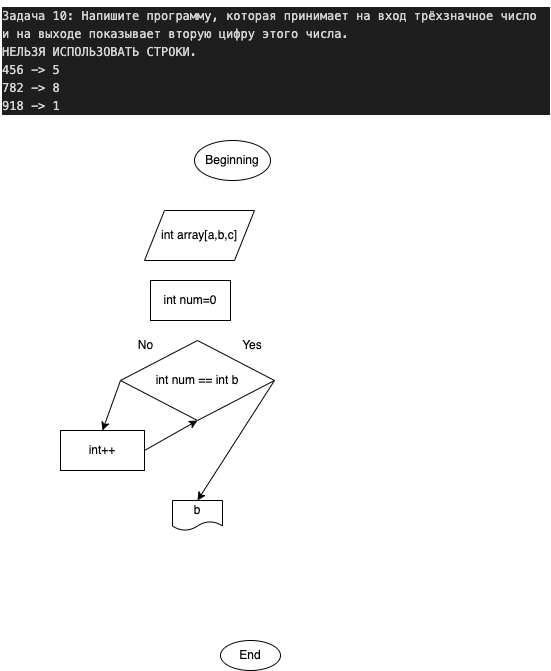
This is Ex_13/diagram.drawio.png from MarkMedved/HomeWorkSharp, a draw.io export, as it was before one commit. Source tidied: cells renumbered, new cells last; positions are measured from the earlier drawing's top-left corner, leaving out a move shared by most shapes.
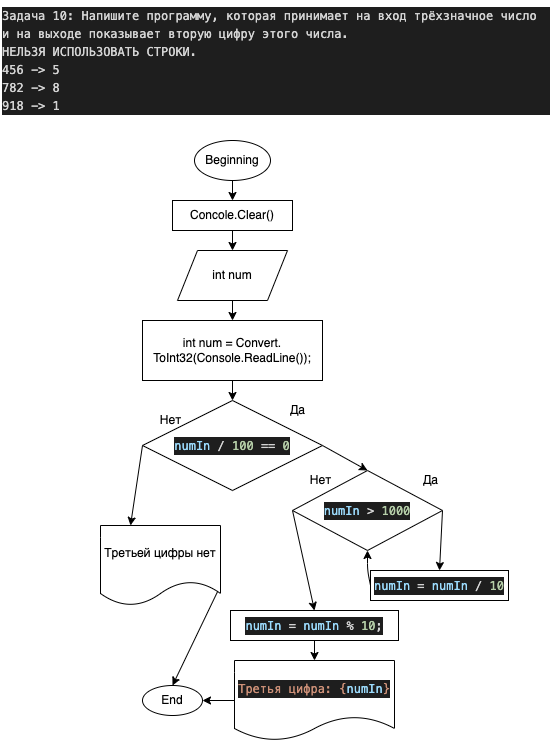
The same file after the commit.

Diff of the diagram source:
```diff
@@ -5,41 +5,92 @@
     <mxCell id="2" value="&lt;meta charset=&quot;utf-8&quot;&gt;&lt;div style=&quot;color: rgb(212, 212, 212); background-color: rgb(30, 30, 30); font-family: menlo, monaco, &amp;quot;courier new&amp;quot;, monospace; font-weight: normal; font-size: 12px; line-height: 18px;&quot;&gt;&lt;div&gt;&lt;span style=&quot;color: #d4d4d4&quot;&gt;Задача 10: Напишите программу, которая принимает на вход трёхзначное число и на выходе показывает вторую цифру этого числа.&lt;/span&gt;&lt;/div&gt;&lt;div&gt;&lt;span style=&quot;color: #d4d4d4&quot;&gt;НЕЛЬЗЯ ИСПОЛЬЗОВАТЬ СТРОКИ.&lt;/span&gt;&lt;/div&gt;&lt;div&gt;&lt;span style=&quot;color: #d4d4d4&quot;&gt;456 -&amp;gt; 5&lt;/span&gt;&lt;/div&gt;&lt;div&gt;&lt;span style=&quot;color: #d4d4d4&quot;&gt;782 -&amp;gt; 8&lt;/span&gt;&lt;/div&gt;&lt;div&gt;&lt;span style=&quot;color: #d4d4d4&quot;&gt;918 -&amp;gt; 1&lt;/span&gt;&lt;/div&gt;&lt;/div&gt;" style="text;whiteSpace=wrap;html=1;" parent="1" vertex="1">
       <mxGeometry width="550" height="120" as="geometry" />
     </mxCell>
+    <mxCell id="14" style="edgeStyle=none;html=1;exitX=0.5;exitY=1;exitDx=0;exitDy=0;entryX=0.5;entryY=0;entryDx=0;entryDy=0;" parent="1" edge="1" source="3" target="18">
+      <mxGeometry relative="1" as="geometry" />
+    </mxCell>
     <mxCell id="3" value="Beginning" style="ellipse;whiteSpace=wrap;html=1;" parent="1" vertex="1">
       <mxGeometry x="194" y="140" width="76" height="40" as="geometry" />
     </mxCell>
     <mxCell id="4" value="End" style="ellipse;whiteSpace=wrap;html=1;" parent="1" vertex="1">
-      <mxGeometry x="220" y="640" width="60" height="30" as="geometry" />
+      <mxGeometry x="142" y="685" width="60" height="30" as="geometry" />
     </mxCell>
-    <mxCell id="5" value="b" style="shape=document;whiteSpace=wrap;html=1;boundedLbl=1;" parent="1" vertex="1">
-      <mxGeometry x="172" y="500" width="50" height="30" as="geometry" />
-    </mxCell>
-    <mxCell id="6" value="int array[a,b,c]" style="shape=parallelogram;perimeter=parallelogramPerimeter;whiteSpace=wrap;html=1;fixedSize=1;" parent="1" vertex="1">
-      <mxGeometry x="144" y="210" width="110" height="50" as="geometry" />
-    </mxCell>
-    <mxCell id="7" style="edgeStyle=none;html=1;exitX=1;exitY=0.5;exitDx=0;exitDy=0;entryX=0.5;entryY=0;entryDx=0;entryDy=0;" parent="1" edge="1" source="9" target="5">
-      <mxGeometry relative="1" as="geometry" />
-    </mxCell>
-    <mxCell id="8" style="edgeStyle=none;html=1;exitX=0;exitY=0.5;exitDx=0;exitDy=0;entryX=0.5;entryY=0;entryDx=0;entryDy=0;" parent="1" edge="1" source="9" target="11">
-      <mxGeometry relative="1" as="geometry" />
-    </mxCell>
-    <mxCell id="9" value="int num == int b" style="rhombus;whiteSpace=wrap;html=1;" parent="1" vertex="1">
-      <mxGeometry x="120" y="340" width="154" height="80" as="geometry" />
-    </mxCell>
-    <mxCell id="10" style="edgeStyle=none;html=1;exitX=1;exitY=0.5;exitDx=0;exitDy=0;entryX=0.5;entryY=1;entryDx=0;entryDy=0;" parent="1" edge="1" source="11" target="9">
-      <mxGeometry relative="1" as="geometry" />
-    </mxCell>
-    <mxCell id="11" value="int++" style="rounded=0;whiteSpace=wrap;html=1;" parent="1" vertex="1">
-      <mxGeometry x="60" y="430" width="84" height="40" as="geometry" />
-    </mxCell>
-    <mxCell id="12" value="Yes" style="text;html=1;strokeColor=none;fillColor=none;align=center;verticalAlign=middle;whiteSpace=wrap;rounded=0;" parent="1" vertex="1">
-      <mxGeometry x="222" y="330" width="60" height="30" as="geometry" />
-    </mxCell>
-    <mxCell id="13" value="No" style="text;html=1;align=center;verticalAlign=middle;strokeColor=none;fillColor=none;" parent="1" vertex="1">
-      <mxGeometry x="130" y="335" width="30" height="20" as="geometry" />
-    </mxCell>
-    <mxCell id="14" value="int num=0" style="rounded=0;whiteSpace=wrap;html=1;" parent="1" vertex="1">
-      <mxGeometry x="150" y="280" width="80" height="40" as="geometry" />
-    </mxCell>
+    <mxCell id="15" style="edgeStyle=none;html=1;exitX=0.5;exitY=1;exitDx=0;exitDy=0;entryX=0.5;entryY=0;entryDx=0;entryDy=0;" parent="1" edge="1" source="16" target="20">
+      <mxGeometry relative="1" as="geometry" />
+    </mxCell>
+    <mxCell id="16" value="int num" style="shape=parallelogram;perimeter=parallelogramPerimeter;whiteSpace=wrap;html=1;fixedSize=1;" parent="1" vertex="1">
+      <mxGeometry x="177" y="250" width="110" height="50" as="geometry" />
+    </mxCell>
+    <mxCell id="17" style="edgeStyle=none;html=1;exitX=0.5;exitY=1;exitDx=0;exitDy=0;" parent="1" edge="1" source="18">
+      <mxGeometry relative="1" as="geometry">
+        <mxPoint x="232" y="250" as="targetPoint" />
+      </mxGeometry>
+    </mxCell>
+    <mxCell id="18" value="Concole.Clear()" style="rounded=0;whiteSpace=wrap;html=1;" parent="1" vertex="1">
+      <mxGeometry x="172" y="200" width="120" height="30" as="geometry" />
+    </mxCell>
+    <mxCell id="19" style="edgeStyle=none;html=1;exitX=0.5;exitY=1;exitDx=0;exitDy=0;entryX=0.5;entryY=0;entryDx=0;entryDy=0;" parent="1" edge="1" source="20" target="29">
+      <mxGeometry relative="1" as="geometry" />
+    </mxCell>
+    <mxCell id="20" value="int num = Convert. ToInt32(Console.ReadLine());" style="rounded=0;whiteSpace=wrap;html=1;" parent="1" vertex="1">
+      <mxGeometry x="142" y="320" width="180" height="60" as="geometry" />
+    </mxCell>
+    <mxCell id="21" style="edgeStyle=none;html=1;exitX=0.5;exitY=1;exitDx=0;exitDy=0;entryX=0.5;entryY=0;entryDx=0;entryDy=0;" parent="1" edge="1" source="22" target="26">
+      <mxGeometry relative="1" as="geometry" />
+    </mxCell>
+    <mxCell id="22" value="&lt;meta charset=&quot;utf-8&quot;&gt;&lt;div style=&quot;color: rgb(212, 212, 212); background-color: rgb(30, 30, 30); font-family: menlo, monaco, &amp;quot;courier new&amp;quot;, monospace; font-weight: normal; font-size: 12px; line-height: 18px;&quot;&gt;&lt;div&gt;&lt;span style=&quot;color: #9cdcfe&quot;&gt;numIn&lt;/span&gt;&lt;span style=&quot;color: #d4d4d4&quot;&gt; &lt;/span&gt;&lt;span style=&quot;color: #d4d4d4&quot;&gt;=&lt;/span&gt;&lt;span style=&quot;color: #d4d4d4&quot;&gt; &lt;/span&gt;&lt;span style=&quot;color: #9cdcfe&quot;&gt;numIn&lt;/span&gt;&lt;span style=&quot;color: #d4d4d4&quot;&gt; &lt;/span&gt;&lt;span style=&quot;color: #d4d4d4&quot;&gt;%&lt;/span&gt;&lt;span style=&quot;color: #d4d4d4&quot;&gt; &lt;/span&gt;&lt;span style=&quot;color: #b5cea8&quot;&gt;10&lt;/span&gt;&lt;span style=&quot;color: #d4d4d4&quot;&gt;;&lt;/span&gt;&lt;/div&gt;&lt;/div&gt;" style="rounded=0;whiteSpace=wrap;html=1;" parent="1" vertex="1">
+      <mxGeometry x="230" y="610" width="168" height="30" as="geometry" />
+    </mxCell>
+    <mxCell id="23" style="edgeStyle=none;html=1;exitX=0;exitY=0.5;exitDx=0;exitDy=0;entryX=0.5;entryY=1;entryDx=0;entryDy=0;" parent="1" edge="1" source="24" target="36">
+      <mxGeometry relative="1" as="geometry">
+        <Array as="points">
+          <mxPoint x="367" y="570" />
+        </Array>
+      </mxGeometry>
+    </mxCell>
+    <mxCell id="24" value="&lt;div style=&quot;color: rgb(212 , 212 , 212) ; background-color: rgb(30 , 30 , 30) ; font-family: &amp;#34;menlo&amp;#34; , &amp;#34;monaco&amp;#34; , &amp;#34;courier new&amp;#34; , monospace ; line-height: 18px&quot;&gt;&lt;span style=&quot;color: #9cdcfe&quot;&gt;numIn&lt;/span&gt; = &lt;span style=&quot;color: #9cdcfe&quot;&gt;numIn&lt;/span&gt; / &lt;span style=&quot;color: #b5cea8&quot;&gt;10&lt;/span&gt;&lt;/div&gt;" style="rounded=0;whiteSpace=wrap;html=1;" parent="1" vertex="1">
+      <mxGeometry x="370" y="570" width="138" height="30" as="geometry" />
+    </mxCell>
+    <mxCell id="25" style="edgeStyle=none;html=1;exitX=0;exitY=0.5;exitDx=0;exitDy=0;" parent="1" edge="1" source="26" target="4">
+      <mxGeometry relative="1" as="geometry" />
+    </mxCell>
+    <mxCell id="26" value="&lt;div style=&quot;color: rgb(212 , 212 , 212) ; background-color: rgb(30 , 30 , 30) ; font-family: &amp;#34;menlo&amp;#34; , &amp;#34;monaco&amp;#34; , &amp;#34;courier new&amp;#34; , monospace ; line-height: 18px&quot;&gt;&lt;span style=&quot;color: #ce9178&quot;&gt;Третья цифра: &lt;/span&gt;&lt;span style=&quot;color: #ce9178&quot;&gt;{&lt;/span&gt;&lt;span style=&quot;color: #9cdcfe&quot;&gt;numIn&lt;/span&gt;&lt;span style=&quot;color: #ce9178&quot;&gt;}&lt;/span&gt;&lt;/div&gt;" style="shape=document;whiteSpace=wrap;html=1;boundedLbl=1;" parent="1" vertex="1">
+      <mxGeometry x="234" y="660" width="160" height="80" as="geometry" />
+    </mxCell>
+    <mxCell id="27" style="edgeStyle=none;html=1;exitX=0;exitY=0.5;exitDx=0;exitDy=0;entryX=0.25;entryY=0;entryDx=0;entryDy=0;" parent="1" edge="1" source="29" target="31">
+      <mxGeometry relative="1" as="geometry" />
+    </mxCell>
+    <mxCell id="28" style="edgeStyle=none;html=1;exitX=1;exitY=0.5;exitDx=0;exitDy=0;entryX=0.5;entryY=0;entryDx=0;entryDy=0;" parent="1" edge="1" source="29" target="36">
+      <mxGeometry relative="1" as="geometry" />
+    </mxCell>
+    <mxCell id="29" value="&lt;div style=&quot;color: rgb(212 , 212 , 212) ; background-color: rgb(30 , 30 , 30) ; font-family: &amp;#34;menlo&amp;#34; , &amp;#34;monaco&amp;#34; , &amp;#34;courier new&amp;#34; , monospace ; line-height: 18px&quot;&gt;&lt;span style=&quot;color: #9cdcfe&quot;&gt;numIn&lt;/span&gt; / &lt;span style=&quot;color: #b5cea8&quot;&gt;100&lt;/span&gt; == &lt;span style=&quot;color: #b5cea8&quot;&gt;0&lt;/span&gt;&lt;/div&gt;" style="rhombus;whiteSpace=wrap;html=1;" parent="1" vertex="1">
+      <mxGeometry x="142" y="400" width="180" height="90" as="geometry" />
+    </mxCell>
+    <mxCell id="30" style="edgeStyle=none;html=1;exitX=1;exitY=0.75;exitDx=0;exitDy=0;entryX=0.5;entryY=0;entryDx=0;entryDy=0;" parent="1" edge="1" source="31" target="4">
+      <mxGeometry relative="1" as="geometry" />
+    </mxCell>
+    <mxCell id="31" value="Третьей цифры нет" style="shape=document;whiteSpace=wrap;html=1;boundedLbl=1;" parent="1" vertex="1">
+      <mxGeometry x="100" y="525" width="120" height="80" as="geometry" />
+    </mxCell>
+    <mxCell id="32" value="Нет" style="text;html=1;align=center;verticalAlign=middle;strokeColor=none;fillColor=none;" parent="1" vertex="1">
+      <mxGeometry x="150" y="410" width="40" height="20" as="geometry" />
+    </mxCell>
+    <mxCell id="33" value="Да" style="text;html=1;align=center;verticalAlign=middle;strokeColor=none;fillColor=none;" parent="1" vertex="1">
+      <mxGeometry x="282" y="400" width="30" height="20" as="geometry" />
+    </mxCell>
+    <mxCell id="34" style="edgeStyle=none;html=1;exitX=1;exitY=0.5;exitDx=0;exitDy=0;entryX=0.5;entryY=0;entryDx=0;entryDy=0;" parent="1" edge="1" source="36" target="24">
+      <mxGeometry relative="1" as="geometry" />
+    </mxCell>
+    <mxCell id="35" style="edgeStyle=none;html=1;exitX=0;exitY=0.5;exitDx=0;exitDy=0;entryX=0.5;entryY=0;entryDx=0;entryDy=0;" parent="1" edge="1" source="36" target="22">
+      <mxGeometry relative="1" as="geometry" />
+    </mxCell>
+    <mxCell id="36" value="&lt;div style=&quot;color: rgb(212 , 212 , 212) ; background-color: rgb(30 , 30 , 30) ; font-family: &amp;#34;menlo&amp;#34; , &amp;#34;monaco&amp;#34; , &amp;#34;courier new&amp;#34; , monospace ; line-height: 18px&quot;&gt;&lt;span style=&quot;color: #9cdcfe&quot;&gt;numIn&lt;/span&gt; &amp;gt; &lt;span style=&quot;color: #b5cea8&quot;&gt;1000&lt;/span&gt;&lt;/div&gt;" style="rhombus;whiteSpace=wrap;html=1;" parent="1" vertex="1">
+      <mxGeometry x="292" y="470" width="150" height="80" as="geometry" />
+    </mxCell>
+    <mxCell id="37" value="Да" style="text;html=1;align=center;verticalAlign=middle;strokeColor=none;fillColor=none;" parent="1" vertex="1">
+      <mxGeometry x="415" y="470" width="30" height="20" as="geometry" />
+    </mxCell>
+    <mxCell id="38" value="Нет" style="text;html=1;align=center;verticalAlign=middle;strokeColor=none;fillColor=none;" parent="1" vertex="1">
+      <mxGeometry x="300" y="470" width="40" height="20" as="geometry" />
+    </mxCell>
   </root>
 </mxGraphModel>
```
